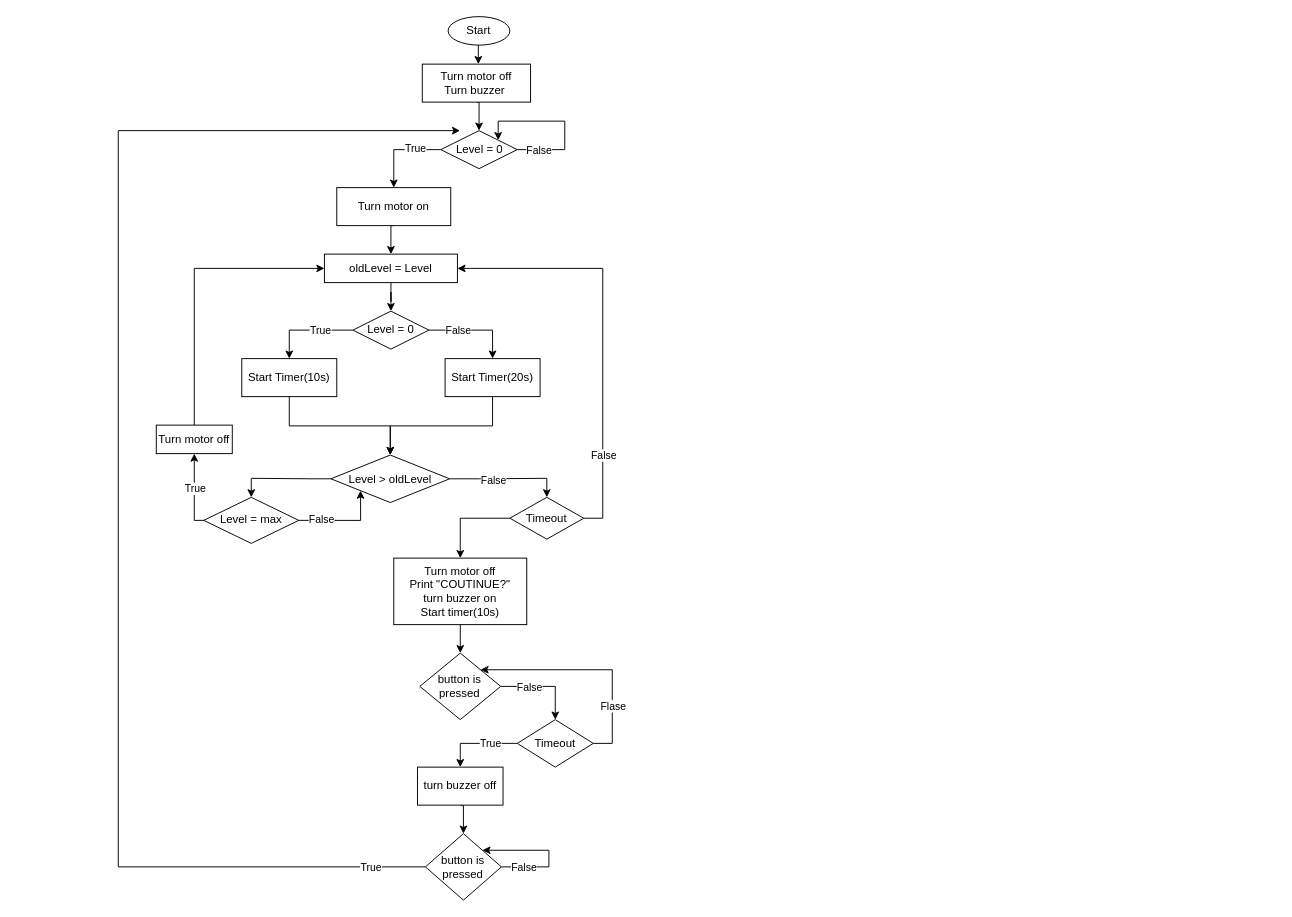
The draw.io diagram Untitled Diagram.drawio in ngocrc3108/WaterLevelControl, before the edit. Source tidied: cells renumbered, new cells numbered last; positions are measured from the earlier drawing's top-left corner, leaving out a move shared by most shapes. Both pictures are drawn from the tidied source at 95%, with x=0, y=0 at pixel (118, 16).
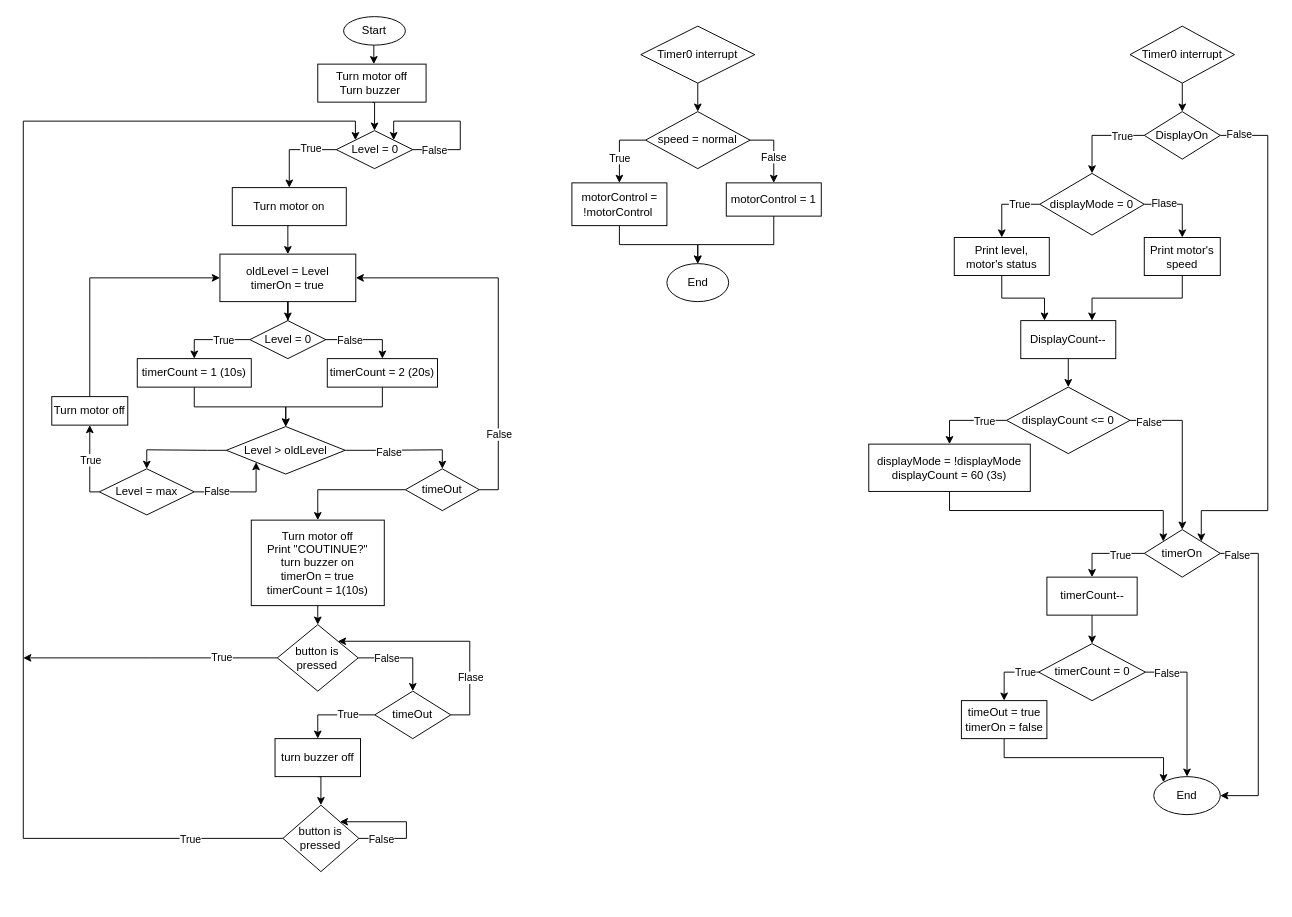
The same diagram, later.

Commit message:
xong các lưu đồ giải thuật

Diff of the diagram source:
```diff
@@
     <mxCell id="2" style="edgeStyle=orthogonalEdgeStyle;rounded=0;orthogonalLoop=1;jettySize=auto;html=1;exitX=0.5;exitY=1;exitDx=0;exitDy=0;entryX=0.5;entryY=0;entryDx=0;entryDy=0;" parent="1" edge="1">
       <mxGeometry relative="1" as="geometry">
-        <mxPoint x="381.5" y="20" as="sourcePoint" />
-        <mxPoint x="379" y="50" as="targetPoint" />
+        <mxPoint x="271.5" y="20" as="sourcePoint" />
+        <mxPoint x="269" y="50" as="targetPoint" />
       </mxGeometry>
     </mxCell>
     <mxCell id="3" value="Start" style="ellipse;whiteSpace=wrap;html=1;" parent="1" vertex="1">
-      <mxGeometry x="347.2" width="65" height="30" as="geometry" />
+      <mxGeometry x="237.2" width="65" height="30" as="geometry" />
     </mxCell>
@@
     <mxCell id="5" value="Turn motor off&lt;br&gt;Turn buzzer&amp;nbsp;" style="rounded=0;whiteSpace=wrap;html=1;" parent="1" vertex="1">
-      <mxGeometry x="320" y="50" width="114" height="40" as="geometry" />
+      <mxGeometry x="210" y="50" width="114" height="40" as="geometry" />
     </mxCell>
@@
     <mxCell id="8" value="Level = 0" style="rhombus;whiteSpace=wrap;html=1;" parent="1" vertex="1">
-      <mxGeometry x="339.5" y="120" width="80.5" height="40" as="geometry" />
+      <mxGeometry x="229.5" y="120" width="80.5" height="40" as="geometry" />
     </mxCell>
     <mxCell id="9" style="edgeStyle=orthogonalEdgeStyle;rounded=0;orthogonalLoop=1;jettySize=auto;html=1;exitX=1;exitY=0.5;exitDx=0;exitDy=0;entryX=1;entryY=0;entryDx=0;entryDy=0;" parent="1" edge="1" source="8" target="8">
       <mxGeometry relative="1" as="geometry">
         <Array as="points">
-          <mxPoint x="470" y="140" />
-          <mxPoint x="470" y="110" />
-          <mxPoint x="400" y="110" />
+          <mxPoint x="360" y="140" />
+          <mxPoint x="360" y="110" />
+          <mxPoint x="290" y="110" />
         </Array>
       </mxGeometry>
     </mxCell>
@@
     <mxCell id="12" value="Turn motor on" style="rounded=0;whiteSpace=wrap;html=1;" parent="1" vertex="1">
-      <mxGeometry x="230" y="180" width="120" height="40" as="geometry" />
+      <mxGeometry x="120" y="180" width="120" height="40" as="geometry" />
     </mxCell>
@@
-    <mxCell id="14" value="oldLevel = Level" style="rounded=0;whiteSpace=wrap;html=1;" parent="1" vertex="1">
-      <mxGeometry x="217" y="250" width="140" height="30" as="geometry" />
+    <mxCell id="14" value="oldLevel = Level&lt;br&gt;timerOn = true" style="rounded=0;whiteSpace=wrap;html=1;" parent="1" vertex="1">
+      <mxGeometry x="107" y="250" width="143" height="50" as="geometry" />
     </mxCell>
@@
     <mxCell id="18" value="Level &amp;gt; oldLevel" style="rhombus;whiteSpace=wrap;html=1;" parent="1" vertex="1">
-      <mxGeometry x="223.8" y="461.5" width="125" height="50" as="geometry" />
+      <mxGeometry x="113.8" y="431.5" width="125" height="50" as="geometry" />
     </mxCell>
@@
-    <mxCell id="22" value="Timeout" style="rhombus;whiteSpace=wrap;html=1;" parent="1" vertex="1">
-      <mxGeometry x="412.2" y="506" width="77.8" height="44" as="geometry" />
+    <mxCell id="22" value="timeOut" style="rhombus;whiteSpace=wrap;html=1;" parent="1" vertex="1">
+      <mxGeometry x="302.2" y="476" width="77.8" height="44" as="geometry" />
     </mxCell>
@@
-    <mxCell id="24" value="Turn motor off&lt;br&gt;Print &quot;COUTINUE?&quot;&lt;br&gt;turn buzzer on&lt;br&gt;Start timer(10s)" style="rounded=0;whiteSpace=wrap;html=1;" parent="1" vertex="1">
-      <mxGeometry x="290" y="570" width="140" height="70" as="geometry" />
+    <mxCell id="24" value="Turn motor off&lt;br&gt;Print &quot;COUTINUE?&quot;&lt;br&gt;turn buzzer on&lt;br&gt;timerOn = true&lt;br&gt;timerCount = 1(10s)" style="rounded=0;whiteSpace=wrap;html=1;" parent="1" vertex="1">
+      <mxGeometry x="140" y="530" width="140" height="90" as="geometry" />
     </mxCell>
@@
     <mxCell id="29" value="Level = 0" style="rhombus;whiteSpace=wrap;html=1;" parent="1" vertex="1">
-      <mxGeometry x="247" y="310" width="80" height="40" as="geometry" />
+      <mxGeometry x="138.5" y="320" width="80" height="40" as="geometry" />
     </mxCell>
@@
-    <mxCell id="31" value="Start Timer(10s)" style="rounded=0;whiteSpace=wrap;html=1;" parent="1" vertex="1">
-      <mxGeometry x="130" y="360" width="100" height="40" as="geometry" />
+    <mxCell id="31" value="timerCount = 1 (10s)" style="rounded=0;whiteSpace=wrap;html=1;" parent="1" vertex="1">
+      <mxGeometry x="20" y="360" width="120" height="30" as="geometry" />
     </mxCell>
@@
-    <mxCell id="33" value="Start Timer(20s)" style="rounded=0;whiteSpace=wrap;html=1;" parent="1" vertex="1">
-      <mxGeometry x="344" y="360" width="100" height="40" as="geometry" />
+    <mxCell id="33" value="timerCount = 2 (20s)" style="rounded=0;whiteSpace=wrap;html=1;" parent="1" vertex="1">
+      <mxGeometry x="220" y="360" width="116" height="30" as="geometry" />
     </mxCell>
     <mxCell id="34" style="edgeStyle=orthogonalEdgeStyle;rounded=0;jettySize=auto;html=1;exitX=1;exitY=0.5;exitDx=0;exitDy=0;entryX=0;entryY=1;entryDx=0;entryDy=0;" parent="1" edge="1" source="38" target="18">
       <mxGeometry relative="1" as="geometry">
         <Array as="points">
-          <mxPoint x="255" y="530" />
+          <mxPoint x="145" y="500" />
         </Array>
       </mxGeometry>
     </mxCell>
@@
     <mxCell id="36" style="edgeStyle=orthogonalEdgeStyle;rounded=0;jettySize=auto;html=1;exitX=0;exitY=0.5;exitDx=0;exitDy=0;entryX=0.5;entryY=1;entryDx=0;entryDy=0;" parent="1" edge="1" source="38" target="40">
       <mxGeometry relative="1" as="geometry">
         <Array as="points">
-          <mxPoint x="80" y="530" />
+          <mxPoint x="-30" y="500" />
         </Array>
       </mxGeometry>
     </mxCell>
@@
     <mxCell id="38" value="Level = max" style="rhombus;whiteSpace=wrap;html=1;" parent="1" vertex="1">
-      <mxGeometry x="90" y="506" width="100" height="48.5" as="geometry" />
+      <mxGeometry x="-20" y="476" width="100" height="48.5" as="geometry" />
     </mxCell>
@@
     <mxCell id="40" value="Turn motor off" style="rounded=0;whiteSpace=wrap;html=1;" parent="1" vertex="1">
-      <mxGeometry x="40" y="430" width="80" height="30" as="geometry" />
+      <mxGeometry x="-70" y="400" width="80" height="30" as="geometry" />
     </mxCell>
@@
+    <mxCell id="56" style="edgeStyle=orthogonalEdgeStyle;rounded=0;jettySize=auto;html=1;exitX=0;exitY=0.5;exitDx=0;exitDy=0;" parent="1" edge="1" source="43">
+      <mxGeometry relative="1" as="geometry">
+        <mxPoint x="-100" y="675" as="targetPoint" />
+      </mxGeometry>
+    </mxCell>
+    <mxCell id="57" value="True" style="edgeLabel;html=1;align=center;verticalAlign=middle;" parent="56" vertex="1">
+      <mxGeometry x="-0.56" y="-1" relative="1" as="geometry" />
+    </mxCell>
     <mxCell id="43" value="button is pressed" style="rhombus;whiteSpace=wrap;html=1;" parent="1" vertex="1">
-      <mxGeometry x="317.4" y="670" width="85.2" height="70" as="geometry" />
+      <mxGeometry x="167.4" y="640" width="85.2" height="70" as="geometry" />
     </mxCell>
@@
-    <mxCell id="48" value="Timeout" style="rhombus;whiteSpace=wrap;html=1;" parent="1" vertex="1">
-      <mxGeometry x="420" y="740" width="80" height="50" as="geometry" />
+    <mxCell id="48" value="timeOut" style="rhombus;whiteSpace=wrap;html=1;" parent="1" vertex="1">
+      <mxGeometry x="270" y="710" width="80" height="50" as="geometry" />
     </mxCell>
-    <mxCell id="49" style="edgeStyle=orthogonalEdgeStyle;rounded=0;jettySize=auto;html=1;exitX=0.002;exitY=0.5;exitDx=0;exitDy=0;entryX=0;entryY=0;entryDx=0;entryDy=0;exitPerimeter=0;" parent="1" edge="1" source="51">
-      <mxGeometry relative="1" as="geometry">
-        <mxPoint x="359.8" y="120" as="targetPoint" />
-        <Array as="points">
-          <mxPoint y="895" />
-          <mxPoint y="120" />
-        </Array>
-      </mxGeometry>
-    </mxCell>
-    <mxCell id="50" value="True" style="edgeLabel;html=1;align=center;verticalAlign=middle;" parent="49" vertex="1">
-      <mxGeometry x="-0.92" relative="1" as="geometry" />
-    </mxCell>
+    <mxCell id="58" style="edgeStyle=orthogonalEdgeStyle;rounded=0;jettySize=auto;html=1;exitX=0;exitY=0.5;exitDx=0;exitDy=0;entryX=0;entryY=0;entryDx=0;entryDy=0;" parent="1" edge="1" source="51" target="8">
+      <mxGeometry relative="1" as="geometry">
+        <Array as="points">
+          <mxPoint x="-100" y="865" />
+          <mxPoint x="-100" y="110" />
+          <mxPoint x="250" y="110" />
+        </Array>
+      </mxGeometry>
+    </mxCell>
+    <mxCell id="59" value="True" style="edgeLabel;html=1;align=center;verticalAlign=middle;" parent="58" vertex="1">
+      <mxGeometry x="-0.86" relative="1" as="geometry" />
+    </mxCell>
     <mxCell id="51" value="button is pressed" style="rhombus;whiteSpace=wrap;html=1;" parent="1" vertex="1">
-      <mxGeometry x="323.3" y="860" width="80" height="70" as="geometry" />
+      <mxGeometry x="173.3" y="830" width="80" height="70" as="geometry" />
     </mxCell>
@@
     <mxCell id="53" value="turn buzzer off" style="rounded=0;whiteSpace=wrap;html=1;" parent="1" vertex="1">
-      <mxGeometry x="315" y="790" width="90" height="40" as="geometry" />
+      <mxGeometry x="165" y="760" width="90" height="40" as="geometry" />
     </mxCell>
     <mxCell id="54" style="edgeStyle=orthogonalEdgeStyle;rounded=0;orthogonalLoop=1;jettySize=auto;html=1;exitX=1;exitY=0.5;exitDx=0;exitDy=0;entryX=1;entryY=0;entryDx=0;entryDy=0;" parent="1" edge="1" source="51" target="51">
       <mxGeometry relative="1" as="geometry">
         <Array as="points">
-          <mxPoint x="453.3" y="895" />
-          <mxPoint x="453.3" y="877" />
+          <mxPoint x="303.3" y="865" />
+          <mxPoint x="303.3" y="847" />
         </Array>
       </mxGeometry>
     </mxCell>
@@
+    <mxCell id="60" style="edgeStyle=orthogonalEdgeStyle;rounded=0;jettySize=auto;html=1;exitX=0.5;exitY=1;exitDx=0;exitDy=0;entryX=0.5;entryY=0;entryDx=0;entryDy=0;" parent="1" edge="1" source="61">
+      <mxGeometry relative="1" as="geometry">
+        <mxPoint x="610" y="100" as="targetPoint" />
+      </mxGeometry>
+    </mxCell>
+    <mxCell id="61" value="Timer0&amp;nbsp;interrupt" style="rhombus;whiteSpace=wrap;html=1;" parent="1" vertex="1">
+      <mxGeometry x="550" y="10" width="120" height="60" as="geometry" />
+    </mxCell>
+    <mxCell id="62" style="edgeStyle=orthogonalEdgeStyle;rounded=0;jettySize=auto;html=1;exitX=0;exitY=0.5;exitDx=0;exitDy=0;entryX=0.5;entryY=0;entryDx=0;entryDy=0;" parent="1" edge="1" source="66" target="68">
+      <mxGeometry relative="1" as="geometry" />
+    </mxCell>
+    <mxCell id="63" value="True" style="edgeLabel;html=1;align=center;verticalAlign=middle;" parent="62" vertex="1">
+      <mxGeometry x="0.27" relative="1" as="geometry" />
+    </mxCell>
+    <mxCell id="64" style="edgeStyle=orthogonalEdgeStyle;rounded=0;jettySize=auto;html=1;exitX=1;exitY=0.5;exitDx=0;exitDy=0;entryX=0.5;entryY=0;entryDx=0;entryDy=0;" parent="1" edge="1" source="66" target="70">
+      <mxGeometry relative="1" as="geometry" />
+    </mxCell>
+    <mxCell id="65" value="False" style="edgeLabel;html=1;align=center;verticalAlign=middle;" parent="64" vertex="1">
+      <mxGeometry x="0.2" y="-1" relative="1" as="geometry" />
+    </mxCell>
+    <mxCell id="66" value="speed = normal" style="rhombus;whiteSpace=wrap;html=1;" parent="1" vertex="1">
+      <mxGeometry x="555" y="100" width="110" height="60" as="geometry" />
+    </mxCell>
+    <mxCell id="67" style="edgeStyle=orthogonalEdgeStyle;rounded=0;jettySize=auto;html=1;exitX=0.5;exitY=1;exitDx=0;exitDy=0;entryX=0.5;entryY=0;entryDx=0;entryDy=0;" parent="1" edge="1" source="68" target="71">
+      <mxGeometry relative="1" as="geometry" />
+    </mxCell>
+    <mxCell id="68" value="motorControl = !motorControl&amp;nbsp;" style="rounded=0;whiteSpace=wrap;html=1;" parent="1" vertex="1">
+      <mxGeometry x="477.5" y="175" width="100" height="45" as="geometry" />
+    </mxCell>
+    <mxCell id="69" style="edgeStyle=orthogonalEdgeStyle;rounded=0;jettySize=auto;html=1;entryX=0.5;entryY=0;entryDx=0;entryDy=0;" parent="1" edge="1" source="70" target="71">
+      <mxGeometry relative="1" as="geometry">
+        <Array as="points">
+          <mxPoint x="690" y="240" />
+          <mxPoint x="610" y="240" />
+        </Array>
+      </mxGeometry>
+    </mxCell>
+    <mxCell id="70" value="motorControl = 1" style="rounded=0;whiteSpace=wrap;html=1;" parent="1" vertex="1">
+      <mxGeometry x="640" y="175" width="100" height="35" as="geometry" />
+    </mxCell>
+    <mxCell id="71" value="End" style="ellipse;whiteSpace=wrap;html=1;" parent="1" vertex="1">
+      <mxGeometry x="577.5" y="260" width="65" height="40" as="geometry" />
+    </mxCell>
+    <mxCell id="72" style="edgeStyle=orthogonalEdgeStyle;rounded=0;jettySize=auto;html=1;exitX=0.5;exitY=1;exitDx=0;exitDy=0;entryX=0.5;entryY=0;entryDx=0;entryDy=0;" parent="1" edge="1" source="73" target="78">
+      <mxGeometry relative="1" as="geometry" />
+    </mxCell>
+    <mxCell id="73" value="Timer0&amp;nbsp;interrupt" style="rhombus;whiteSpace=wrap;html=1;" parent="1" vertex="1">
+      <mxGeometry x="1065" y="10" width="110" height="60" as="geometry" />
+    </mxCell>
+    <mxCell id="74" style="edgeStyle=orthogonalEdgeStyle;rounded=0;jettySize=auto;html=1;exitX=0;exitY=0.5;exitDx=0;exitDy=0;entryX=0.5;entryY=0;entryDx=0;entryDy=0;" parent="1" edge="1" source="78" target="83">
+      <mxGeometry relative="1" as="geometry" />
+    </mxCell>
+    <mxCell id="75" value="True" style="edgeLabel;html=1;align=center;verticalAlign=middle;" parent="74" vertex="1">
+      <mxGeometry x="-0.5" relative="1" as="geometry" />
+    </mxCell>
+    <mxCell id="76" style="edgeStyle=orthogonalEdgeStyle;rounded=0;jettySize=auto;html=1;exitX=1;exitY=0.5;exitDx=0;exitDy=0;entryX=1;entryY=0;entryDx=0;entryDy=0;" parent="1" edge="1" source="78" target="101">
+      <mxGeometry relative="1" as="geometry">
+        <Array as="points">
+          <mxPoint x="1210" y="125" />
+          <mxPoint x="1210" y="520" />
+          <mxPoint x="1140" y="520" />
+        </Array>
+      </mxGeometry>
+    </mxCell>
+    <mxCell id="77" value="False" style="edgeLabel;html=1;align=center;verticalAlign=middle;" parent="76" vertex="1">
+      <mxGeometry x="-0.93" y="2" relative="1" as="geometry" />
+    </mxCell>
+    <mxCell id="78" value="DisplayOn" style="rhombus;whiteSpace=wrap;html=1;" parent="1" vertex="1">
+      <mxGeometry x="1080" y="100" width="80" height="50" as="geometry" />
+    </mxCell>
+    <mxCell id="79" style="edgeStyle=orthogonalEdgeStyle;rounded=0;jettySize=auto;html=1;exitX=0;exitY=0.5;exitDx=0;exitDy=0;entryX=0.5;entryY=0;entryDx=0;entryDy=0;" parent="1" edge="1" source="83" target="85">
+      <mxGeometry relative="1" as="geometry" />
+    </mxCell>
+    <mxCell id="80" value="True" style="edgeLabel;html=1;align=center;verticalAlign=middle;" parent="79" vertex="1">
+      <mxGeometry x="-0.41" relative="1" as="geometry" />
+    </mxCell>
+    <mxCell id="81" style="edgeStyle=orthogonalEdgeStyle;rounded=0;jettySize=auto;html=1;exitX=1;exitY=0.5;exitDx=0;exitDy=0;entryX=0.5;entryY=0;entryDx=0;entryDy=0;" parent="1" edge="1" source="83" target="87">
+      <mxGeometry relative="1" as="geometry" />
+    </mxCell>
+    <mxCell id="82" value="Flase" style="edgeLabel;html=1;align=center;verticalAlign=middle;" parent="81" vertex="1">
+      <mxGeometry x="-0.46" y="1" relative="1" as="geometry" />
+    </mxCell>
+    <mxCell id="83" value="displayMode = 0" style="rhombus;whiteSpace=wrap;html=1;" parent="1" vertex="1">
+      <mxGeometry x="970" y="165" width="110" height="65" as="geometry" />
+    </mxCell>
+    <mxCell id="84" style="edgeStyle=orthogonalEdgeStyle;rounded=0;jettySize=auto;html=1;exitX=0.5;exitY=1;exitDx=0;exitDy=0;entryX=0.25;entryY=0;entryDx=0;entryDy=0;" parent="1" edge="1" source="85" target="89">
+      <mxGeometry relative="1" as="geometry" />
+    </mxCell>
+    <mxCell id="85" value="Print level, motor's status" style="rounded=0;whiteSpace=wrap;html=1;" parent="1" vertex="1">
+      <mxGeometry x="880" y="232.5" width="100" height="40" as="geometry" />
+    </mxCell>
+    <mxCell id="86" style="edgeStyle=orthogonalEdgeStyle;rounded=0;jettySize=auto;html=1;exitX=0.5;exitY=1;exitDx=0;exitDy=0;entryX=0.75;entryY=0;entryDx=0;entryDy=0;" parent="1" edge="1" source="87" target="89">
+      <mxGeometry relative="1" as="geometry" />
+    </mxCell>
+    <mxCell id="87" value="Print motor's speed" style="rounded=0;whiteSpace=wrap;html=1;" parent="1" vertex="1">
+      <mxGeometry x="1080" y="232.5" width="80" height="40" as="geometry" />
+    </mxCell>
+    <mxCell id="88" style="edgeStyle=orthogonalEdgeStyle;rounded=0;jettySize=auto;html=1;exitX=0.5;exitY=1;exitDx=0;exitDy=0;entryX=0.5;entryY=0;entryDx=0;entryDy=0;" parent="1" edge="1" source="89" target="94">
+      <mxGeometry relative="1" as="geometry" />
+    </mxCell>
+    <mxCell id="89" value="DisplayCount--" style="rounded=0;whiteSpace=wrap;html=1;" parent="1" vertex="1">
+      <mxGeometry x="950" y="320" width="100" height="40" as="geometry" />
+    </mxCell>
+    <mxCell id="90" style="edgeStyle=orthogonalEdgeStyle;rounded=0;jettySize=auto;html=1;exitX=0;exitY=0.5;exitDx=0;exitDy=0;entryX=0.5;entryY=0;entryDx=0;entryDy=0;" parent="1" edge="1" source="94" target="96">
+      <mxGeometry relative="1" as="geometry" />
+    </mxCell>
+    <mxCell id="91" value="True" style="edgeLabel;html=1;align=center;verticalAlign=middle;" parent="90" vertex="1">
+      <mxGeometry x="-0.43" relative="1" as="geometry" />
+    </mxCell>
+    <mxCell id="92" style="edgeStyle=orthogonalEdgeStyle;rounded=0;jettySize=auto;html=1;exitX=1;exitY=0.5;exitDx=0;exitDy=0;entryX=0.5;entryY=0;entryDx=0;entryDy=0;" parent="1" edge="1" source="94" target="101">
+      <mxGeometry relative="1" as="geometry" />
+    </mxCell>
+    <mxCell id="93" value="False" style="edgeLabel;html=1;align=center;verticalAlign=middle;" parent="92" vertex="1">
+      <mxGeometry x="-0.78" y="-1" relative="1" as="geometry" />
+    </mxCell>
+    <mxCell id="94" value="displayCount &amp;lt;= 0" style="rhombus;whiteSpace=wrap;html=1;" parent="1" vertex="1">
+      <mxGeometry x="935" y="390" width="130" height="70" as="geometry" />
+    </mxCell>
+    <mxCell id="95" style="edgeStyle=orthogonalEdgeStyle;rounded=0;jettySize=auto;html=1;exitX=0.5;exitY=1;exitDx=0;exitDy=0;entryX=0;entryY=0;entryDx=0;entryDy=0;" parent="1" edge="1" source="96" target="101">
+      <mxGeometry relative="1" as="geometry" />
+    </mxCell>
+    <mxCell id="96" value="displayMode = !displayMode&lt;br&gt;displayCount = 60 (3s)" style="rounded=0;whiteSpace=wrap;html=1;" parent="1" vertex="1">
+      <mxGeometry x="790" y="450" width="170" height="49.8" as="geometry" />
+    </mxCell>
+    <mxCell id="97" style="edgeStyle=orthogonalEdgeStyle;rounded=0;jettySize=auto;html=1;exitX=0;exitY=0.5;exitDx=0;exitDy=0;entryX=0.5;entryY=0;entryDx=0;entryDy=0;" parent="1" edge="1" source="101" target="103">
+      <mxGeometry relative="1" as="geometry" />
+    </mxCell>
+    <mxCell id="98" value="True" style="edgeLabel;html=1;align=center;verticalAlign=middle;" parent="97" vertex="1">
+      <mxGeometry x="-0.36" y="1" relative="1" as="geometry" />
+    </mxCell>
+    <mxCell id="99" style="edgeStyle=orthogonalEdgeStyle;rounded=0;jettySize=auto;html=1;exitX=1;exitY=0.5;exitDx=0;exitDy=0;entryX=1;entryY=0.5;entryDx=0;entryDy=0;" parent="1" edge="1" source="101" target="111">
+      <mxGeometry relative="1" as="geometry">
+        <Array as="points">
+          <mxPoint x="1200" y="565" />
+          <mxPoint x="1200" y="820" />
+        </Array>
+      </mxGeometry>
+    </mxCell>
+    <mxCell id="100" value="False" style="edgeLabel;html=1;align=center;verticalAlign=middle;" parent="99" vertex="1">
+      <mxGeometry x="-0.9" y="-1" relative="1" as="geometry" />
+    </mxCell>
+    <mxCell id="101" value="timerOn" style="rhombus;whiteSpace=wrap;html=1;" parent="1" vertex="1">
+      <mxGeometry x="1080" y="540" width="80" height="50" as="geometry" />
+    </mxCell>
+    <mxCell id="102" style="edgeStyle=orthogonalEdgeStyle;rounded=0;jettySize=auto;html=1;exitX=0.5;exitY=1;exitDx=0;exitDy=0;entryX=0.5;entryY=0;entryDx=0;entryDy=0;" parent="1" edge="1" source="103" target="108">
+      <mxGeometry relative="1" as="geometry" />
+    </mxCell>
+    <mxCell id="103" value="timerCount--" style="rounded=0;whiteSpace=wrap;html=1;" parent="1" vertex="1">
+      <mxGeometry x="977.5" y="590" width="95" height="40" as="geometry" />
+    </mxCell>
+    <mxCell id="104" style="edgeStyle=orthogonalEdgeStyle;rounded=0;jettySize=auto;html=1;exitX=0;exitY=0.5;exitDx=0;exitDy=0;entryX=0.5;entryY=0;entryDx=0;entryDy=0;" parent="1" edge="1" source="108" target="110">
+      <mxGeometry relative="1" as="geometry" />
+    </mxCell>
+    <mxCell id="105" value="True" style="edgeLabel;html=1;align=center;verticalAlign=middle;" parent="104" vertex="1">
+      <mxGeometry x="-0.57" relative="1" as="geometry" />
+    </mxCell>
+    <mxCell id="106" style="edgeStyle=orthogonalEdgeStyle;rounded=0;jettySize=auto;html=1;exitX=1;exitY=0.5;exitDx=0;exitDy=0;entryX=0.5;entryY=0;entryDx=0;entryDy=0;" parent="1" edge="1" source="108" target="111">
+      <mxGeometry relative="1" as="geometry" />
+    </mxCell>
+    <mxCell id="107" value="False" style="edgeLabel;html=1;align=center;verticalAlign=middle;" parent="106" vertex="1">
+      <mxGeometry x="-0.72" y="-1" relative="1" as="geometry" />
+    </mxCell>
+    <mxCell id="108" value="timerCount = 0" style="rhombus;whiteSpace=wrap;html=1;" parent="1" vertex="1">
+      <mxGeometry x="968.8" y="660" width="112.5" height="60" as="geometry" />
+    </mxCell>
+    <mxCell id="109" style="edgeStyle=orthogonalEdgeStyle;rounded=0;jettySize=auto;html=1;exitX=0.5;exitY=1;exitDx=0;exitDy=0;entryX=0;entryY=0;entryDx=0;entryDy=0;" parent="1" edge="1" source="110" target="111">
+      <mxGeometry relative="1" as="geometry" />
+    </mxCell>
+    <mxCell id="110" value="timeOut = true&lt;br&gt;timerOn = false" style="rounded=0;whiteSpace=wrap;html=1;" parent="1" vertex="1">
+      <mxGeometry x="887.5" y="720" width="90" height="40" as="geometry" />
+    </mxCell>
+    <mxCell id="111" value="End" style="ellipse;whiteSpace=wrap;html=1;" parent="1" vertex="1">
+      <mxGeometry x="1090" y="800" width="70" height="40" as="geometry" />
+    </mxCell>
```
